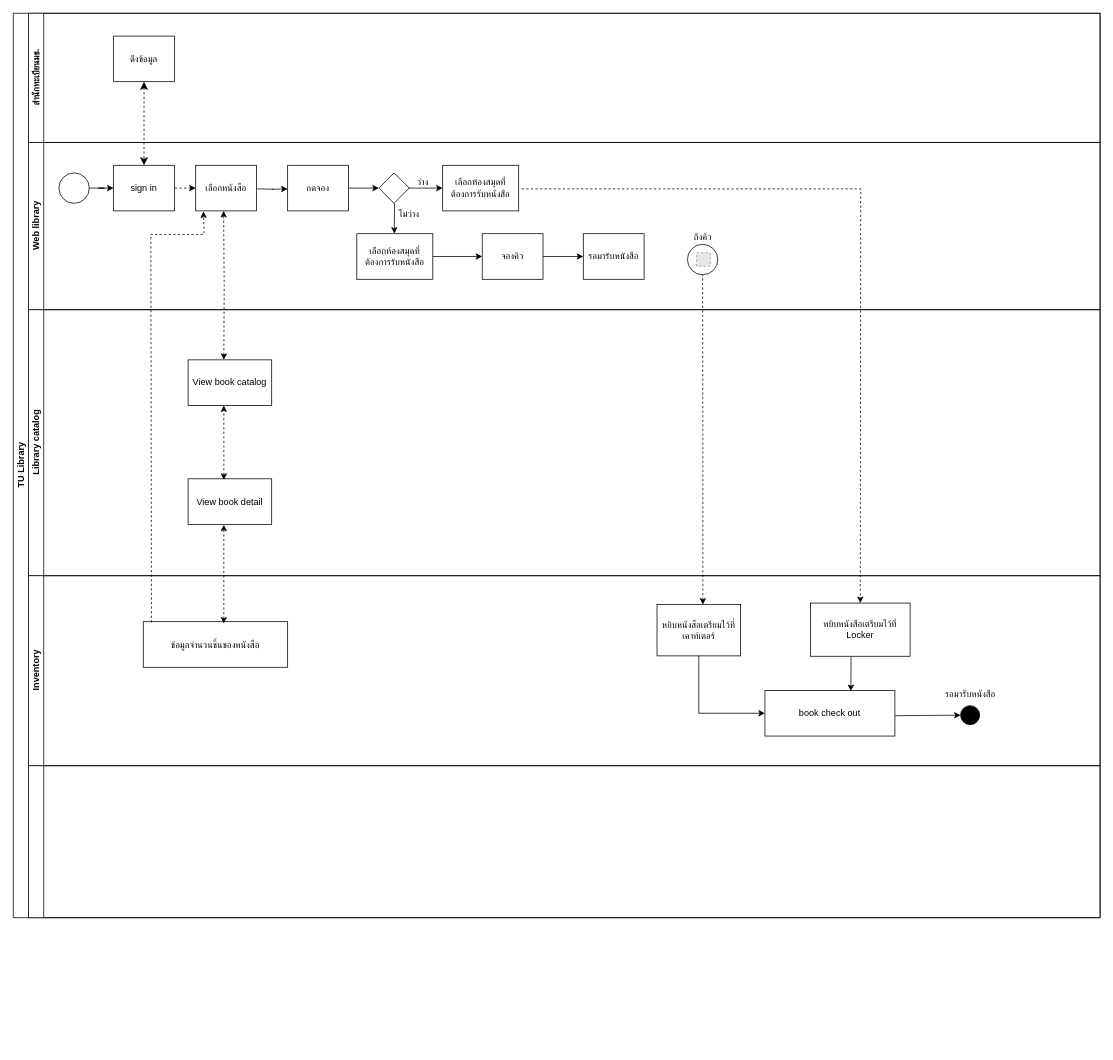
This is แบบแผนที่ยังไม่ได้ตั้งชื่อ.drawio from apisarathep/centralsee, a draw.io file, before an edit. Source tidied: cells renumbered, new cells numbered last; positions are measured from the earlier drawing's top-left corner, leaving out a move shared by most shapes. Both pictures are drawn from the tidied source at 76%, with x=0, y=0 at pixel (13, 13). Pictures stored in the file or linked from it are replaced by grey dashed boxes.
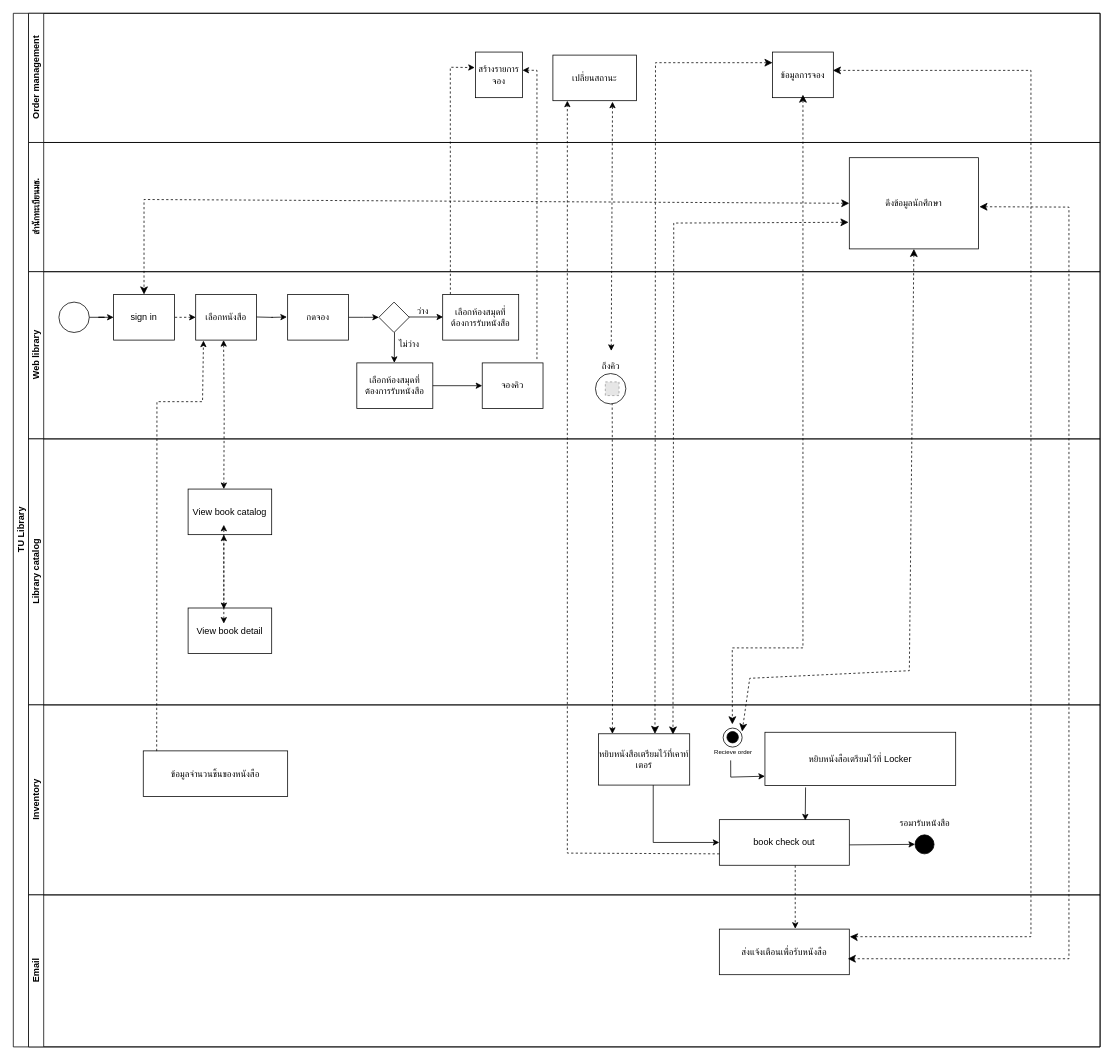
The same diagram, later.

The change refers to these unchanged cells:
```xml
<mxCell id="8" value="เลือกหนังสือ" style="rounded=0;whiteSpace=wrap;html=1;fontFamily=Helvetica;fontSize=12;fontColor=#000000;align=center;" parent="5" vertex="1">
  <mxGeometry x="220" y="30" width="80" height="60" as="geometry" />
</mxCell>
<mxCell id="19" value="sign in" style="rounded=0;whiteSpace=wrap;html=1;fontFamily=Helvetica;fontSize=12;fontColor=#000000;align=center;" parent="5" vertex="1">
  <mxGeometry x="112" y="30" width="80" height="60" as="geometry" />
</mxCell>
<mxCell id="22" value="จองคิว" style="rounded=0;whiteSpace=wrap;html=1;fontFamily=Helvetica;fontSize=12;fontColor=#000000;align=center;" parent="5" vertex="1">
  <mxGeometry x="597" y="120" width="80" height="60" as="geometry" />
</mxCell>
<mxCell id="32" value="ข้อมูลจำนวนชิ้นของหนังสือ" style="rounded=0;whiteSpace=wrap;html=1;fontFamily=Helvetica;fontSize=12;fontColor=#000000;align=center;" parent="31" vertex="1">
  <mxGeometry x="151" y="60.5" width="190" height="60" as="geometry" />
</mxCell>
```

Change to the diagram source:
```diff
@@
     <mxCell id="2" value="TU Library" style="swimlane;html=1;horizontal=0;startSize=20;" parent="1" vertex="1">
-      <mxGeometry width="1430" height="1190" as="geometry" />
+      <mxGeometry width="1430" height="1360" as="geometry" />
     </mxCell>
+    <mxCell id="49" value="Order management" style="swimlane;html=1;startSize=20;horizontal=0;" parent="2" vertex="1">
+      <mxGeometry x="20" width="1410" height="170" as="geometry" />
+    </mxCell>
+    <mxCell id="50" value="สร้างรายการจอง" style="rounded=0;whiteSpace=wrap;html=1;fontFamily=Helvetica;fontSize=12;fontColor=#000000;align=center;" parent="49" vertex="1">
+      <mxGeometry x="588" y="51" width="62" height="60" as="geometry" />
+    </mxCell>
+    <mxCell id="51" value="ข้อมูลการจอง" style="rounded=0;whiteSpace=wrap;html=1;fontFamily=Helvetica;fontSize=12;fontColor=#000000;align=center;" parent="49" vertex="1">
+      <mxGeometry x="979" y="51" width="80" height="60" as="geometry" />
+    </mxCell>
+    <mxCell id="52" value="เปลี่ยนสถานะ" style="rounded=0;whiteSpace=wrap;html=1;fontFamily=Helvetica;fontSize=12;fontColor=#000000;align=center;" parent="49" vertex="1">
+      <mxGeometry x="690" y="55" width="110" height="60" as="geometry" />
+    </mxCell>
     <mxCell id="3" value="สำนักทะเบียนมธ." style="swimlane;html=1;startSize=20;horizontal=0;" parent="2" vertex="1">
-      <mxGeometry x="20" width="1410" height="170" as="geometry" />
+      <mxGeometry x="20" y="170" width="1410" height="170" as="geometry" />
     </mxCell>
-    <mxCell id="4" value="ดึงข้อมูล" style="rounded=0;whiteSpace=wrap;html=1;fontFamily=Helvetica;fontSize=12;fontColor=#000000;align=center;" parent="3" vertex="1">
-      <mxGeometry x="112" y="30" width="80" height="60" as="geometry" />
+    <mxCell id="4" value="ดึงข้อมูลนักศึกษา" style="rounded=0;whiteSpace=wrap;html=1;fontFamily=Helvetica;fontSize=12;fontColor=#000000;align=center;" parent="3" vertex="1">
+      <mxGeometry x="1080" y="20" width="170" height="120" as="geometry" />
     </mxCell>
     <mxCell id="5" value="Web library" style="swimlane;html=1;startSize=20;horizontal=0;" parent="2" vertex="1">
-      <mxGeometry x="20" y="170" width="1410" height="220" as="geometry" />
+      <mxGeometry x="20" y="340" width="1410" height="220" as="geometry" />
     </mxCell>
@@
-    <mxCell id="17" value="รอมารับหนังสือ" style="rounded=0;whiteSpace=wrap;html=1;fontFamily=Helvetica;fontSize=12;fontColor=#000000;align=center;" parent="5" vertex="1">
-      <mxGeometry x="730" y="120" width="80" height="60" as="geometry" />
-    </mxCell>
@@
     <mxCell id="23" value="ถึงคิว" style="text;html=1;align=center;verticalAlign=middle;points=[];strokeColor=none;fillColor=none;" parent="5" vertex="1">
-      <mxGeometry x="862" y="110" width="50" height="30" as="geometry" />
+      <mxGeometry x="741" y="110" width="50" height="30" as="geometry" />
     </mxCell>
     <mxCell id="24" style="ellipse;whiteSpace=wrap;html=1;" parent="5" vertex="1">
-      <mxGeometry x="867" y="134" width="40" height="40" as="geometry" />
+      <mxGeometry x="746" y="134" width="40" height="40" as="geometry" />
     </mxCell>
     <mxCell id="25" style="fillColor=#E6E6E6;strokeColor=#999999;dashed=1;html=1;verticalAlign=top;verticalLabelPosition=bottom;labelBackgroundColor=#ffffff;" parent="5" vertex="1">
-      <mxGeometry x="879" y="145" width="18" height="18" as="geometry" />
+      <mxGeometry x="759" y="145" width="18" height="18" as="geometry" />
     </mxCell>
-    <mxCell id="26" style="edgeStyle=none;jettySize=auto;html=1;rounded=0;exitX=1;exitY=0.5;exitDx=0;exitDy=0;entryX=0;entryY=0.5;entryDx=0;entryDy=0;" parent="5" edge="1" source="22" target="17">
-      <mxGeometry relative="1" as="geometry" />
-    </mxCell>
+    <mxCell id="46" style="edgeStyle=orthogonalEdgeStyle;rounded=0;orthogonalLoop=1;jettySize=auto;html=1;endArrow=classic;endFill=1;" parent="5" edge="1">
+      <mxGeometry relative="1" as="geometry">
+        <mxPoint x="300" y="59.6" as="sourcePoint" />
+        <mxPoint x="340" y="59.6" as="targetPoint" />
+      </mxGeometry>
+    </mxCell>
+    <mxCell id="47" style="edgeStyle=orthogonalEdgeStyle;rounded=0;orthogonalLoop=1;jettySize=auto;html=1;endArrow=classic;endFill=1;entryX=0;entryY=0.5;entryDx=0;entryDy=0;" parent="5" edge="1">
+      <mxGeometry relative="1" as="geometry">
+        <mxPoint x="500.5" y="59.6" as="sourcePoint" />
+        <mxPoint x="545.5" y="59.6" as="targetPoint" />
+      </mxGeometry>
+    </mxCell>
+    <mxCell id="53" style="edgeStyle=none;orthogonalLoop=1;jettySize=auto;html=1;endArrow=classic;startArrow=classic;endSize=8;startSize=8;rounded=0;dashed=1;entryX=0.25;entryY=0;entryDx=0;entryDy=0;" parent="5" edge="1">
+      <mxGeometry relative="1" as="geometry">
+        <mxPoint x="1079" y="-65" as="sourcePoint" />
+        <mxPoint x="848" y="609" as="targetPoint" />
+        <Array as="points">
+          <mxPoint x="849" y="-64" />
+        </Array>
+      </mxGeometry>
+    </mxCell>
     <mxCell id="27" value="Library catalog" style="swimlane;html=1;startSize=20;horizontal=0;" parent="2" vertex="1">
-      <mxGeometry x="20" y="390" width="1410" height="350" as="geometry" />
+      <mxGeometry x="20" y="560" width="1410" height="350" as="geometry" />
     </mxCell>
@@
     <mxCell id="31" value="Inventory" style="swimlane;html=1;startSize=20;horizontal=0;" parent="2" vertex="1">
-      <mxGeometry x="20" y="740" width="1410" height="250" as="geometry" />
+      <mxGeometry x="20" y="910" width="1410" height="250" as="geometry" />
     </mxCell>
@@
     <mxCell id="33" value="หยิบหนังสือเตรียมไว้ที่เคาท์เตอร์" style="rounded=0;whiteSpace=wrap;html=1;fontFamily=Helvetica;fontSize=12;fontColor=#000000;align=center;" parent="31" vertex="1">
-      <mxGeometry x="827" y="38" width="110" height="67.5" as="geometry" />
+      <mxGeometry x="750" y="38" width="120" height="67.5" as="geometry" />
     </mxCell>
     <mxCell id="34" style="ellipse;whiteSpace=wrap;html=1;fillColor=#000000;" parent="31" vertex="1">
-      <mxGeometry x="1226.5" y="171" width="25" height="25" as="geometry" />
+      <mxGeometry x="1166.5" y="171" width="25" height="25" as="geometry" />
     </mxCell>
     <mxCell id="35" value="book check out" style="rounded=0;whiteSpace=wrap;html=1;fontFamily=Helvetica;fontSize=12;fontColor=#000000;align=center;" parent="31" vertex="1">
-      <mxGeometry x="969" y="151" width="171" height="60" as="geometry" />
+      <mxGeometry x="909" y="151" width="171" height="60" as="geometry" />
     </mxCell>
-    <mxCell id="36" style="edgeStyle=none;jettySize=auto;html=1;rounded=0;exitX=0.5;exitY=1;exitDx=0;exitDy=0;entryX=0;entryY=0.5;entryDx=0;entryDy=0;" parent="31" edge="1" source="33" target="35">
+    <mxCell id="36" style="edgeStyle=none;jettySize=auto;html=1;rounded=0;exitX=0.5;exitY=1;exitDx=0;exitDy=0;entryX=0;entryY=0.5;entryDx=0;entryDy=0;" parent="31" edge="1" target="35">
       <mxGeometry relative="1" as="geometry">
+        <mxPoint x="822" y="105.5" as="sourcePoint" />
         <Array as="points">
-          <mxPoint x="882" y="181" />
+          <mxPoint x="822" y="181" />
         </Array>
       </mxGeometry>
     </mxCell>
     <mxCell id="37" value="รอมารับหนังสือ" style="text;html=1;align=center;verticalAlign=middle;strokeColor=none;fillColor=none;" parent="31" vertex="1">
-      <mxGeometry x="1189" y="141" width="100" height="30" as="geometry" />
+      <mxGeometry x="1129" y="141" width="100" height="30" as="geometry" />
     </mxCell>
     <mxCell id="38" value="หยิบหนังสือเตรียมไว้ที่ Locker" style="rounded=0;whiteSpace=wrap;html=1;fontFamily=Helvetica;fontSize=12;fontColor=#000000;align=center;" parent="31" vertex="1">
-      <mxGeometry x="1029" y="36" width="131" height="70" as="geometry" />
+      <mxGeometry x="969" y="36" width="251" height="70" as="geometry" />
     </mxCell>
@@
-    <mxCell id="40" style="edgeStyle=none;jettySize=auto;html=1;rounded=0;entryX=0.661;entryY=0.016;entryDx=0;entryDy=0;entryPerimeter=0;exitX=0.407;exitY=1.007;exitDx=0;exitDy=0;exitPerimeter=0;" parent="31" edge="1" source="38" target="35">
+    <mxCell id="40" style="edgeStyle=none;jettySize=auto;html=1;rounded=0;entryX=0.661;entryY=0.016;entryDx=0;entryDy=0;entryPerimeter=0;exitX=0.213;exitY=1.037;exitDx=0;exitDy=0;exitPerimeter=0;" parent="31" edge="1" source="38" target="35">
       <mxGeometry relative="1" as="geometry" />
     </mxCell>
+    <mxCell id="54" style="group;" parent="31" vertex="1">
+      <mxGeometry x="914" y="30.5" width="47.5" height="25" as="geometry" />
+    </mxCell>
+    <mxCell id="55" style="ellipse;whiteSpace=wrap;html=1;" parent="54" vertex="1">
+      <mxGeometry width="25" height="25" as="geometry" />
+    </mxCell>
+    <mxCell id="56" style="ellipse;whiteSpace=wrap;html=1;fillColor=#000000;" parent="54" vertex="1">
+      <mxGeometry x="5" y="4.5" width="15" height="15" as="geometry" />
+    </mxCell>
+    <mxCell id="57" value="Recieve order" style="text;html=1;align=center;verticalAlign=middle;points=[];strokeColor=none;fillColor=none;fontSize=8;" parent="54" vertex="1">
+      <mxGeometry x="-22.5" y="21.5" width="70" height="20" as="geometry" />
+    </mxCell>
+    <mxCell id="58" style="edgeStyle=none;jettySize=auto;html=1;rounded=0;exitX=0.463;exitY=1.051;exitDx=0;exitDy=0;exitPerimeter=0;entryX=0;entryY=0.826;entryDx=0;entryDy=0;entryPerimeter=0;" parent="31" edge="1" source="57" target="38">
+      <mxGeometry relative="1" as="geometry">
+        <Array as="points">
+          <mxPoint x="924" y="95" />
+        </Array>
+      </mxGeometry>
+    </mxCell>
-    <mxCell id="41" style="swimlane;html=1;startSize=20;horizontal=0;" parent="2" vertex="1">
-      <mxGeometry x="20" y="990" width="1410" height="200" as="geometry" />
+    <mxCell id="41" value="Email" style="swimlane;html=1;startSize=20;horizontal=0;" parent="2" vertex="1">
+      <mxGeometry x="20" y="1160" width="1410" height="200" as="geometry" />
     </mxCell>
+    <mxCell id="59" value="ส่งแจ้งเตือนเพื่อรับหนังสือ" style="rounded=0;whiteSpace=wrap;html=1;fontFamily=Helvetica;fontSize=12;fontColor=#000000;align=center;" parent="41" vertex="1">
+      <mxGeometry x="909" y="45" width="171" height="60" as="geometry" />
+    </mxCell>
-    <mxCell id="42" style="edgeStyle=none;jettySize=auto;html=1;endArrow=classic;startArrow=classic;endSize=8;startSize=8;rounded=0;entryX=0.5;entryY=0;entryDx=0;entryDy=0;exitX=0.5;exitY=1;exitDx=0;exitDy=0;dashed=1;" parent="2" edge="1" source="4" target="19">
-      <mxGeometry relative="1" as="geometry" />
+    <mxCell id="42" style="edgeStyle=none;jettySize=auto;html=1;endArrow=classic;startArrow=classic;endSize=8;startSize=8;rounded=0;entryX=0.5;entryY=0;entryDx=0;entryDy=0;exitX=0;exitY=0.5;exitDx=0;exitDy=0;dashed=1;" parent="2" edge="1" source="4" target="19">
+      <mxGeometry relative="1" as="geometry">
+        <Array as="points">
+          <mxPoint x="172" y="245" />
+        </Array>
+      </mxGeometry>
     </mxCell>
@@
-    <mxCell id="44" style="edgeStyle=none;jettySize=auto;html=1;rounded=0;exitX=0.057;exitY=0.017;exitDx=0;exitDy=0;exitPerimeter=0;dashed=1;entryX=0.128;entryY=1.011;entryDx=0;entryDy=0;entryPerimeter=0;" parent="2" edge="1" source="32" target="8">
+    <mxCell id="44" style="edgeStyle=none;jettySize=auto;html=1;rounded=0;exitX=0.093;exitY=0.005;exitDx=0;exitDy=0;exitPerimeter=0;dashed=1;entryX=0.128;entryY=1.011;entryDx=0;entryDy=0;entryPerimeter=0;" parent="2" edge="1" source="32" target="8">
       <mxGeometry relative="1" as="geometry">
         <Array as="points">
-          <mxPoint x="181" y="291" />
-          <mxPoint x="251" y="291" />
+          <mxPoint x="189" y="511" />
+          <mxPoint x="249" y="511" />
         </Array>
       </mxGeometry>
     </mxCell>
-    <mxCell id="45" style="edgeStyle=orthogonalEdgeStyle;rounded=0;jettySize=auto;html=1;dashed=1;endArrow=none;endFill=0;startArrow=classic;startFill=1;entryX=0.5;entryY=1;entryDx=0;entryDy=0;exitX=0.548;exitY=0.001;exitDx=0;exitDy=0;exitPerimeter=0;" parent="2" edge="1" source="33" target="24">
-      <mxGeometry relative="1" as="geometry" />
+    <mxCell id="45" style="edgeStyle=orthogonalEdgeStyle;rounded=0;orthogonalLoop=1;jettySize=auto;html=1;dashed=1;endArrow=none;endFill=0;startArrow=classic;startFill=1;entryX=0.5;entryY=1;entryDx=0;entryDy=0;exitX=0.548;exitY=0.001;exitDx=0;exitDy=0;exitPerimeter=0;" parent="2" edge="1">
+      <mxGeometry relative="1" as="geometry">
+        <mxPoint x="788.3" y="948.1" as="sourcePoint" />
+        <mxPoint x="788" y="514" as="targetPoint" />
+      </mxGeometry>
     </mxCell>
-    <mxCell id="46" style="edgeStyle=orthogonalEdgeStyle;rounded=0;orthogonalLoop=1;jettySize=auto;html=1;endArrow=classic;endFill=1;" parent="1" edge="1">
-      <mxGeometry relative="1" as="geometry">
-        <mxPoint x="321" y="231" as="sourcePoint" />
-        <mxPoint x="361" y="231" as="targetPoint" />
-      </mxGeometry>
-    </mxCell>
-    <mxCell id="47" style="edgeStyle=orthogonalEdgeStyle;rounded=0;orthogonalLoop=1;jettySize=auto;html=1;endArrow=classic;endFill=1;entryX=0;entryY=0.5;entryDx=0;entryDy=0;" parent="1" edge="1">
-      <mxGeometry relative="1" as="geometry">
-        <mxPoint x="520" y="230" as="sourcePoint" />
-        <mxPoint x="565" y="230" as="targetPoint" />
-      </mxGeometry>
-    </mxCell>
-    <mxCell id="48" style="edgeStyle=none;jettySize=auto;html=1;rounded=0;entryX=0.5;entryY=0;entryDx=0;entryDy=0;dashed=1;" parent="1" edge="1" target="38">
-      <mxGeometry relative="1" as="geometry">
-        <mxPoint x="669" y="231" as="sourcePoint" />
-        <Array as="points">
-          <mxPoint x="1115" y="231" />
-        </Array>
-      </mxGeometry>
-    </mxCell>
+    <mxCell id="60" style="edgeStyle=none;jettySize=auto;html=1;rounded=0;dashed=1;entryX=1;entryY=0.399;entryDx=0;entryDy=0;entryPerimeter=0;" parent="2" edge="1" target="50">
+      <mxGeometry relative="1" as="geometry">
+        <mxPoint x="689" y="455" as="sourcePoint" />
+        <Array as="points">
+          <mxPoint x="689" y="75" />
+        </Array>
+      </mxGeometry>
+    </mxCell>
+    <mxCell id="61" style="edgeStyle=none;orthogonalLoop=1;jettySize=auto;html=1;rounded=0;exitX=0.441;exitY=-0.005;exitDx=0;exitDy=0;exitPerimeter=0;entryX=0.003;entryY=0.34;entryDx=0;entryDy=0;entryPerimeter=0;dashed=1;" parent="2" edge="1">
+      <mxGeometry relative="1" as="geometry">
+        <mxPoint x="575.1" y="369.7" as="sourcePoint" />
+        <mxPoint x="607.2" y="71.4" as="targetPoint" />
+        <Array as="points">
+          <mxPoint x="575" y="71" />
+        </Array>
+      </mxGeometry>
+    </mxCell>
+    <mxCell id="62" style="edgeStyle=none;jettySize=auto;html=1;endArrow=classic;startArrow=classic;endSize=8;startSize=8;rounded=0;exitX=0.5;exitY=1;exitDx=0;exitDy=0;entryX=0.485;entryY=-0.198;entryDx=0;entryDy=0;entryPerimeter=0;dashed=1;" parent="2" edge="1" target="55">
+      <mxGeometry relative="1" as="geometry">
+        <mxPoint x="1039" y="107" as="sourcePoint" />
+        <Array as="points">
+          <mxPoint x="1039" y="835" />
+          <mxPoint x="946" y="835" />
+        </Array>
+      </mxGeometry>
+    </mxCell>
+    <mxCell id="63" style="edgeStyle=none;jettySize=auto;html=1;endArrow=classic;startArrow=classic;endSize=8;startSize=8;rounded=0;dashed=1;exitX=0.5;exitY=1;exitDx=0;exitDy=0;" parent="2" edge="1" source="4">
+      <mxGeometry relative="1" as="geometry">
+        <mxPoint x="959" y="945" as="targetPoint" />
+        <Array as="points">
+          <mxPoint x="1179" y="865" />
+          <mxPoint x="969" y="875" />
+        </Array>
+      </mxGeometry>
+    </mxCell>
+    <mxCell id="64" style="edgeStyle=none;jettySize=auto;html=1;rounded=0;entryX=0.584;entryY=-0.008;entryDx=0;entryDy=0;entryPerimeter=0;exitX=0.584;exitY=1.004;exitDx=0;exitDy=0;exitPerimeter=0;dashed=1;" parent="2" edge="1" source="35" target="59">
+      <mxGeometry relative="1" as="geometry" />
+    </mxCell>
+    <mxCell id="65" style="edgeStyle=none;jettySize=auto;html=1;rounded=0;exitX=0.515;exitY=-0.192;exitDx=0;exitDy=0;exitPerimeter=0;entryX=0.713;entryY=1.023;entryDx=0;entryDy=0;dashed=1;entryPerimeter=0;startArrow=classic;startFill=1;" parent="2" edge="1" source="23" target="52">
+      <mxGeometry relative="1" as="geometry" />
+    </mxCell>
+    <mxCell id="66" style="edgeStyle=none;orthogonalLoop=1;jettySize=auto;html=1;endArrow=classic;startArrow=classic;endSize=8;startSize=8;rounded=0;entryX=0.384;entryY=0.059;entryDx=0;entryDy=0;entryPerimeter=0;dashed=1;" parent="1" edge="1">
+      <mxGeometry relative="1" as="geometry">
+        <mxPoint x="999" y="65" as="sourcePoint" />
+        <mxPoint x="844.3" y="948.1" as="targetPoint" />
+        <Array as="points">
+          <mxPoint x="845" y="65" />
+        </Array>
+      </mxGeometry>
+    </mxCell>
+    <mxCell id="67" style="edgeStyle=segmentEdgeStyle;endArrow=classic;html=1;curved=0;rounded=0;endSize=8;startSize=8;sourcePerimeterSpacing=0;targetPerimeterSpacing=0;startArrow=classic;startFill=1;exitX=1.043;exitY=0.401;exitDx=0;exitDy=0;exitPerimeter=0;entryX=1.004;entryY=0.165;entryDx=0;entryDy=0;entryPerimeter=0;dashed=1;" parent="1" edge="1" target="59">
+      <mxGeometry relative="1" as="geometry">
+        <mxPoint x="1078.4" y="75.1" as="sourcePoint" />
+        <Array as="points">
+          <mxPoint x="1339" y="75" />
+          <mxPoint x="1339" y="1215" />
+          <mxPoint x="1102" y="1215" />
+        </Array>
+      </mxGeometry>
+    </mxCell>
+    <mxCell id="68" style="edgeStyle=segmentEdgeStyle;endArrow=classic;html=1;curved=0;rounded=0;endSize=8;startSize=8;sourcePerimeterSpacing=0;targetPerimeterSpacing=0;startArrow=classic;startFill=1;entryX=1.004;entryY=0.165;entryDx=0;entryDy=0;entryPerimeter=0;dashed=1;exitX=1.007;exitY=0.538;exitDx=0;exitDy=0;exitPerimeter=0;" parent="1" edge="1" source="4">
+      <mxGeometry relative="1" as="geometry">
+        <mxPoint x="1098" y="1244" as="targetPoint" />
+        <Array as="points">
+          <mxPoint x="1299" y="255" />
+          <mxPoint x="1389" y="255" />
+          <mxPoint x="1389" y="1244" />
+        </Array>
+      </mxGeometry>
+    </mxCell>
+    <mxCell id="69" style="edgeStyle=none;jettySize=auto;html=1;rounded=0;exitX=0;exitY=0.75;exitDx=0;exitDy=0;dashed=1;" parent="1" edge="1" source="35">
+      <mxGeometry relative="1" as="geometry">
+        <mxPoint x="729" y="115" as="targetPoint" />
+        <Array as="points">
+          <mxPoint x="729" y="1105" />
+        </Array>
+      </mxGeometry>
+    </mxCell>
```
